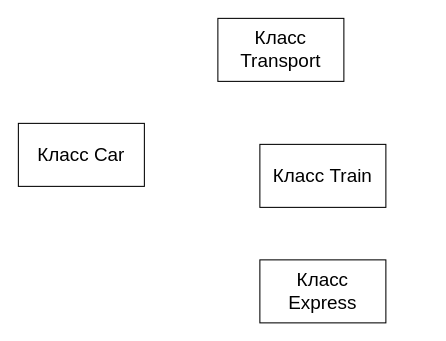
Before: Untitled Diagram.drawio in OlegWhiteRose/Nagdasev, a draw.io diagram. Source tidied: cells renumbered, new cells numbered last; positions are measured from the earlier drawing's top-left corner, leaving out a move shared by most shapes. Both pictures are drawn from the tidied source at 105%, with x=0, y=0 at pixel (18, 18).
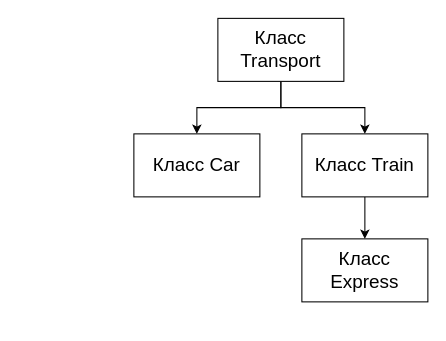
Above is the later version.

What changed in the source:
```diff
@@
 <mxGraphModel>
   <root>
     <mxCell id="0" />
     <mxCell id="1" parent="0" />
+    <mxCell id="6" style="edgeStyle=orthogonalEdgeStyle;rounded=0;jettySize=auto;html=1;entryX=0.5;entryY=0;entryDx=0;entryDy=0;" parent="1" edge="1" source="2" target="3">
+      <mxGeometry relative="1" as="geometry" />
+    </mxCell>
+    <mxCell id="7" style="edgeStyle=orthogonalEdgeStyle;rounded=0;jettySize=auto;html=1;entryX=0.5;entryY=0;entryDx=0;entryDy=0;" parent="1" edge="1" source="2" target="4">
+      <mxGeometry relative="1" as="geometry" />
+    </mxCell>
     <mxCell id="2" value="&lt;span style=&quot;font-size: 18px;&quot;&gt;Класс Transport&lt;/span&gt;" style="rounded=0;whiteSpace=wrap;html=1;" parent="1" vertex="1">
       <mxGeometry x="190" width="120" height="60" as="geometry" />
     </mxCell>
     <mxCell id="3" value="&lt;font style=&quot;font-size: 18px;&quot;&gt;Класс Car&lt;/font&gt;" style="rounded=0;whiteSpace=wrap;html=1;" parent="1" vertex="1">
-      <mxGeometry y="100" width="120" height="60" as="geometry" />
+      <mxGeometry x="110" y="110" width="120" height="60" as="geometry" />
     </mxCell>
+    <mxCell id="8" style="edgeStyle=orthogonalEdgeStyle;rounded=0;jettySize=auto;html=1;entryX=0.5;entryY=0;entryDx=0;entryDy=0;" parent="1" edge="1" source="4" target="5">
+      <mxGeometry relative="1" as="geometry" />
+    </mxCell>
     <mxCell id="4" value="&lt;font style=&quot;font-size: 18px;&quot;&gt;Класс Train&lt;/font&gt;" style="rounded=0;whiteSpace=wrap;html=1;" parent="1" vertex="1">
-      <mxGeometry x="230" y="120" width="120" height="60" as="geometry" />
+      <mxGeometry x="270" y="110" width="120" height="60" as="geometry" />
     </mxCell>
     <mxCell id="5" value="&lt;font style=&quot;font-size: 18px;&quot;&gt;Класс Express&lt;/font&gt;" style="rounded=0;whiteSpace=wrap;html=1;" parent="1" vertex="1">
-      <mxGeometry x="230" y="230" width="120" height="60" as="geometry" />
+      <mxGeometry x="270" y="210" width="120" height="60" as="geometry" />
     </mxCell>
   </root>
 </mxGraphModel>
```
